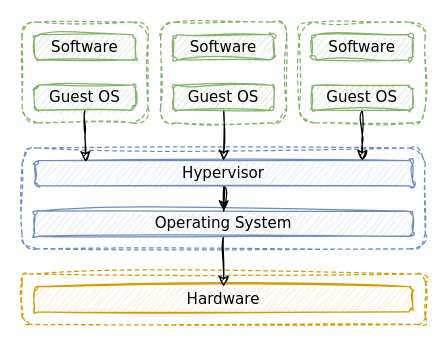
The draw.io diagram page "Virtualization" (1 of 2) of diagrams/virtualization.drawio in MichaelStott/tech-squawks, before the edit. Source tidied: cells renumbered, new cells numbered last; positions are measured from the earlier drawing's top-left corner, leaving out a move shared by most shapes. Both pictures are drawn from the tidied source at 126%, with x=0, y=0 at pixel (21, 21).
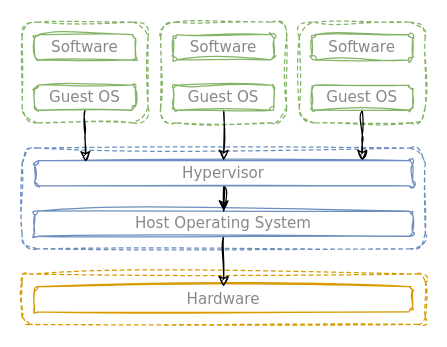
The same page after the edit.

Diff of the diagram source:
```diff
@@
-    <mxCell id="2" style="rounded=1;whiteSpace=wrap;html=1;fillColor=none;strokeColor=#d79b00;dashed=1;fontFamily=Verdana;fontStyle=0;sketch=1;curveFitting=1;jiggle=2;" parent="1" vertex="1">
+    <mxCell id="2" style="rounded=1;whiteSpace=wrap;html=1;fillColor=none;strokeColor=#d79b00;dashed=1;fontFamily=Verdana;fontStyle=0;sketch=1;curveFitting=1;jiggle=2;fontColor=#888888;" parent="1" vertex="1">
       <mxGeometry y="200" width="320" height="40" as="geometry" />
     </mxCell>
-    <mxCell id="3" style="rounded=1;whiteSpace=wrap;html=1;fillColor=none;strokeColor=#6c8ebf;dashed=1;fontFamily=Verdana;fontStyle=0;sketch=1;curveFitting=1;jiggle=2;" parent="1" vertex="1">
+    <mxCell id="3" style="rounded=1;whiteSpace=wrap;html=1;fillColor=none;strokeColor=#6c8ebf;dashed=1;fontFamily=Verdana;fontStyle=0;sketch=1;curveFitting=1;jiggle=2;fontColor=#888888;" parent="1" vertex="1">
       <mxGeometry y="100" width="320" height="80" as="geometry" />
     </mxCell>
-    <mxCell id="4" style="rounded=1;whiteSpace=wrap;html=1;fillColor=none;strokeColor=#82b366;dashed=1;fontFamily=Verdana;fontStyle=0;sketch=1;curveFitting=1;jiggle=2;" parent="1" vertex="1">
+    <mxCell id="4" style="rounded=1;whiteSpace=wrap;html=1;fillColor=none;strokeColor=#82b366;dashed=1;fontFamily=Verdana;fontStyle=0;sketch=1;curveFitting=1;jiggle=2;fontColor=#888888;" parent="1" vertex="1">
       <mxGeometry width="100" height="80" as="geometry" />
     </mxCell>
-    <mxCell id="5" style="rounded=1;whiteSpace=wrap;html=1;fillColor=none;strokeColor=#82b366;dashed=1;fontFamily=Verdana;fontStyle=0;sketch=1;curveFitting=1;jiggle=2;" parent="1" vertex="1">
+    <mxCell id="5" style="rounded=1;whiteSpace=wrap;html=1;fillColor=none;strokeColor=#82b366;dashed=1;fontFamily=Verdana;fontStyle=0;sketch=1;curveFitting=1;jiggle=2;fontColor=#888888;" parent="1" vertex="1">
       <mxGeometry x="110" width="100" height="80" as="geometry" />
     </mxCell>
-    <mxCell id="6" style="rounded=1;whiteSpace=wrap;html=1;fillColor=none;strokeColor=#82b366;dashed=1;fontFamily=Verdana;fontStyle=0;sketch=1;curveFitting=1;jiggle=2;" parent="1" vertex="1">
+    <mxCell id="6" style="rounded=1;whiteSpace=wrap;html=1;fillColor=none;strokeColor=#82b366;dashed=1;fontFamily=Verdana;fontStyle=0;sketch=1;curveFitting=1;jiggle=2;fontColor=#888888;" parent="1" vertex="1">
       <mxGeometry x="220" width="100" height="80" as="geometry" />
     </mxCell>
-    <mxCell id="7" value="&lt;span&gt;Hardware&lt;/span&gt;" style="rounded=1;whiteSpace=wrap;html=1;fillColor=#ffe6cc;strokeColor=#d79b00;fontFamily=Verdana;fontStyle=0;sketch=1;curveFitting=1;jiggle=2;" parent="1" vertex="1">
+    <mxCell id="7" value="&lt;span&gt;Hardware&lt;/span&gt;" style="rounded=1;whiteSpace=wrap;html=1;fillColor=none;strokeColor=#d79b00;fontFamily=Verdana;fontStyle=0;sketch=1;curveFitting=1;jiggle=2;fontColor=#888888;" parent="1" vertex="1">
       <mxGeometry x="10" y="210" width="300" height="20" as="geometry" />
     </mxCell>
-    <mxCell id="8" style="edgeStyle=orthogonalEdgeStyle;rounded=0;jettySize=auto;html=1;exitX=0.5;exitY=1;exitDx=0;exitDy=0;fontFamily=Verdana;fontStyle=0;sketch=1;curveFitting=1;jiggle=2;" parent="1" edge="1" source="9" target="7">
+    <mxCell id="8" style="edgeStyle=orthogonalEdgeStyle;rounded=0;jettySize=auto;html=1;exitX=0.5;exitY=1;exitDx=0;exitDy=0;fontFamily=Verdana;fontStyle=0;sketch=1;curveFitting=1;jiggle=2;fontColor=#888888;" parent="1" edge="1" source="9" target="7">
       <mxGeometry relative="1" as="geometry" />
     </mxCell>
-    <mxCell id="9" value="&lt;span&gt;Operating System&lt;/span&gt;" style="rounded=1;whiteSpace=wrap;html=1;fillColor=#dae8fc;strokeColor=#6c8ebf;fontFamily=Verdana;fontStyle=0;sketch=1;curveFitting=1;jiggle=2;" parent="1" vertex="1">
+    <mxCell id="9" value="&lt;span&gt;Host Operating System&lt;/span&gt;" style="rounded=1;whiteSpace=wrap;html=1;fillColor=none;strokeColor=#6c8ebf;fontFamily=Verdana;fontStyle=0;sketch=1;curveFitting=1;jiggle=2;fontColor=#888888;" parent="1" vertex="1">
       <mxGeometry x="10" y="150" width="300" height="20" as="geometry" />
     </mxCell>
-    <mxCell id="10" style="edgeStyle=orthogonalEdgeStyle;rounded=0;jettySize=auto;html=1;exitX=0.5;exitY=1;exitDx=0;exitDy=0;fontFamily=Verdana;fontStyle=0;sketch=1;curveFitting=1;jiggle=2;" parent="1" edge="1" source="11" target="9">
+    <mxCell id="10" style="edgeStyle=orthogonalEdgeStyle;rounded=0;jettySize=auto;html=1;exitX=0.5;exitY=1;exitDx=0;exitDy=0;fontFamily=Verdana;fontStyle=0;sketch=1;curveFitting=1;jiggle=2;fontColor=#888888;" parent="1" edge="1" source="11" target="9">
       <mxGeometry relative="1" as="geometry" />
     </mxCell>
-    <mxCell id="11" value="&lt;span&gt;Hypervisor&lt;/span&gt;" style="rounded=1;whiteSpace=wrap;html=1;fillColor=#dae8fc;strokeColor=#6c8ebf;fontFamily=Verdana;fontStyle=0;sketch=1;curveFitting=1;jiggle=2;" parent="1" vertex="1">
+    <mxCell id="11" value="&lt;span&gt;Hypervisor&lt;/span&gt;" style="rounded=1;whiteSpace=wrap;html=1;fillColor=none;strokeColor=#6c8ebf;fontFamily=Verdana;fontStyle=0;sketch=1;curveFitting=1;jiggle=2;fontColor=#888888;" parent="1" vertex="1">
       <mxGeometry x="10" y="110" width="300" height="20" as="geometry" />
     </mxCell>
-    <mxCell id="12" style="edgeStyle=orthogonalEdgeStyle;rounded=0;jettySize=auto;html=1;exitX=0.5;exitY=1;exitDx=0;exitDy=0;entryX=0.135;entryY=0.05;entryDx=0;entryDy=0;entryPerimeter=0;fontFamily=Verdana;fontStyle=0;sketch=1;curveFitting=1;jiggle=2;" parent="1" edge="1" source="13" target="11">
+    <mxCell id="12" style="edgeStyle=orthogonalEdgeStyle;rounded=0;jettySize=auto;html=1;exitX=0.5;exitY=1;exitDx=0;exitDy=0;entryX=0.135;entryY=0.05;entryDx=0;entryDy=0;entryPerimeter=0;fontFamily=Verdana;fontStyle=0;sketch=1;curveFitting=1;jiggle=2;fontColor=#888888;" parent="1" edge="1" source="13" target="11">
       <mxGeometry relative="1" as="geometry" />
     </mxCell>
-    <mxCell id="13" value="&lt;span&gt;Guest OS&lt;/span&gt;" style="rounded=1;whiteSpace=wrap;html=1;fillColor=#d5e8d4;strokeColor=#82b366;fontFamily=Verdana;fontStyle=0;sketch=1;curveFitting=1;jiggle=2;" parent="1" vertex="1">
+    <mxCell id="13" value="&lt;span&gt;Guest OS&lt;/span&gt;" style="rounded=1;whiteSpace=wrap;html=1;fillColor=none;strokeColor=#82b366;fontFamily=Verdana;fontStyle=0;sketch=1;curveFitting=1;jiggle=2;fontColor=#888888;" parent="1" vertex="1">
       <mxGeometry x="10" y="50" width="80" height="20" as="geometry" />
     </mxCell>
-    <mxCell id="14" style="edgeStyle=orthogonalEdgeStyle;rounded=0;jettySize=auto;html=1;exitX=0.5;exitY=1;exitDx=0;exitDy=0;entryX=0.5;entryY=0;entryDx=0;entryDy=0;fontFamily=Verdana;fontStyle=0;sketch=1;curveFitting=1;jiggle=2;" parent="1" edge="1" source="15" target="11">
+    <mxCell id="14" style="edgeStyle=orthogonalEdgeStyle;rounded=0;jettySize=auto;html=1;exitX=0.5;exitY=1;exitDx=0;exitDy=0;entryX=0.5;entryY=0;entryDx=0;entryDy=0;fontFamily=Verdana;fontStyle=0;sketch=1;curveFitting=1;jiggle=2;fontColor=#888888;" parent="1" edge="1" source="15" target="11">
       <mxGeometry relative="1" as="geometry" />
     </mxCell>
-    <mxCell id="15" value="&lt;span&gt;Guest OS&lt;/span&gt;" style="rounded=1;whiteSpace=wrap;html=1;fillColor=#d5e8d4;strokeColor=#82b366;fontFamily=Verdana;fontStyle=0;sketch=1;curveFitting=1;jiggle=2;" parent="1" vertex="1">
+    <mxCell id="15" value="&lt;span&gt;Guest OS&lt;/span&gt;" style="rounded=1;whiteSpace=wrap;html=1;fillColor=none;strokeColor=#82b366;fontFamily=Verdana;fontStyle=0;sketch=1;curveFitting=1;jiggle=2;fontColor=#888888;" parent="1" vertex="1">
       <mxGeometry x="120" y="50" width="80" height="20" as="geometry" />
     </mxCell>
-    <mxCell id="16" style="edgeStyle=orthogonalEdgeStyle;rounded=0;jettySize=auto;html=1;exitX=0.5;exitY=1;exitDx=0;exitDy=0;entryX=0.867;entryY=0;entryDx=0;entryDy=0;entryPerimeter=0;fontFamily=Verdana;fontStyle=0;sketch=1;curveFitting=1;jiggle=2;" parent="1" edge="1" source="17" target="11">
+    <mxCell id="16" style="edgeStyle=orthogonalEdgeStyle;rounded=0;jettySize=auto;html=1;exitX=0.5;exitY=1;exitDx=0;exitDy=0;entryX=0.867;entryY=0;entryDx=0;entryDy=0;entryPerimeter=0;fontFamily=Verdana;fontStyle=0;sketch=1;curveFitting=1;jiggle=2;fontColor=#888888;" parent="1" edge="1" source="17" target="11">
       <mxGeometry relative="1" as="geometry" />
     </mxCell>
-    <mxCell id="17" value="&lt;span&gt;Guest OS&lt;/span&gt;" style="rounded=1;whiteSpace=wrap;html=1;fillColor=#d5e8d4;strokeColor=#82b366;fontFamily=Verdana;fontStyle=0;sketch=1;curveFitting=1;jiggle=2;" parent="1" vertex="1">
+    <mxCell id="17" value="&lt;span&gt;Guest OS&lt;/span&gt;" style="rounded=1;whiteSpace=wrap;html=1;fillColor=none;strokeColor=#82b366;fontFamily=Verdana;fontStyle=0;sketch=1;curveFitting=1;jiggle=2;fontColor=#888888;" parent="1" vertex="1">
       <mxGeometry x="230" y="50" width="80" height="20" as="geometry" />
     </mxCell>
-    <mxCell id="18" value="&lt;span&gt;Software&lt;/span&gt;" style="rounded=1;whiteSpace=wrap;html=1;fillColor=#d5e8d4;strokeColor=#82b366;fontFamily=Verdana;fontStyle=0;sketch=1;curveFitting=1;jiggle=2;" parent="1" vertex="1">
+    <mxCell id="18" value="&lt;span&gt;Software&lt;/span&gt;" style="rounded=1;whiteSpace=wrap;html=1;fillColor=none;strokeColor=#82b366;fontFamily=Verdana;fontStyle=0;sketch=1;curveFitting=1;jiggle=2;fontColor=#888888;" parent="1" vertex="1">
       <mxGeometry x="10" y="10" width="80" height="20" as="geometry" />
     </mxCell>
-    <mxCell id="19" value="&lt;span&gt;Software&lt;/span&gt;" style="rounded=1;whiteSpace=wrap;html=1;fillColor=#d5e8d4;strokeColor=#82b366;fontFamily=Verdana;fontStyle=0;sketch=1;curveFitting=1;jiggle=2;" parent="1" vertex="1">
+    <mxCell id="19" value="&lt;span&gt;Software&lt;/span&gt;" style="rounded=1;whiteSpace=wrap;html=1;fillColor=none;strokeColor=#82b366;fontFamily=Verdana;fontStyle=0;sketch=1;curveFitting=1;jiggle=2;fontColor=#888888;" parent="1" vertex="1">
       <mxGeometry x="120" y="10" width="80" height="20" as="geometry" />
     </mxCell>
-    <mxCell id="20" value="&lt;span&gt;Software&lt;/span&gt;" style="rounded=1;whiteSpace=wrap;html=1;fillColor=#d5e8d4;strokeColor=#82b366;fontFamily=Verdana;fontStyle=0;sketch=1;curveFitting=1;jiggle=2;" parent="1" vertex="1">
+    <mxCell id="20" value="&lt;span&gt;Software&lt;/span&gt;" style="rounded=1;whiteSpace=wrap;html=1;fillColor=none;strokeColor=#82b366;fontFamily=Verdana;fontStyle=0;sketch=1;curveFitting=1;jiggle=2;fontColor=#888888;" parent="1" vertex="1">
       <mxGeometry x="230" y="10" width="80" height="20" as="geometry" />
     </mxCell>
```
